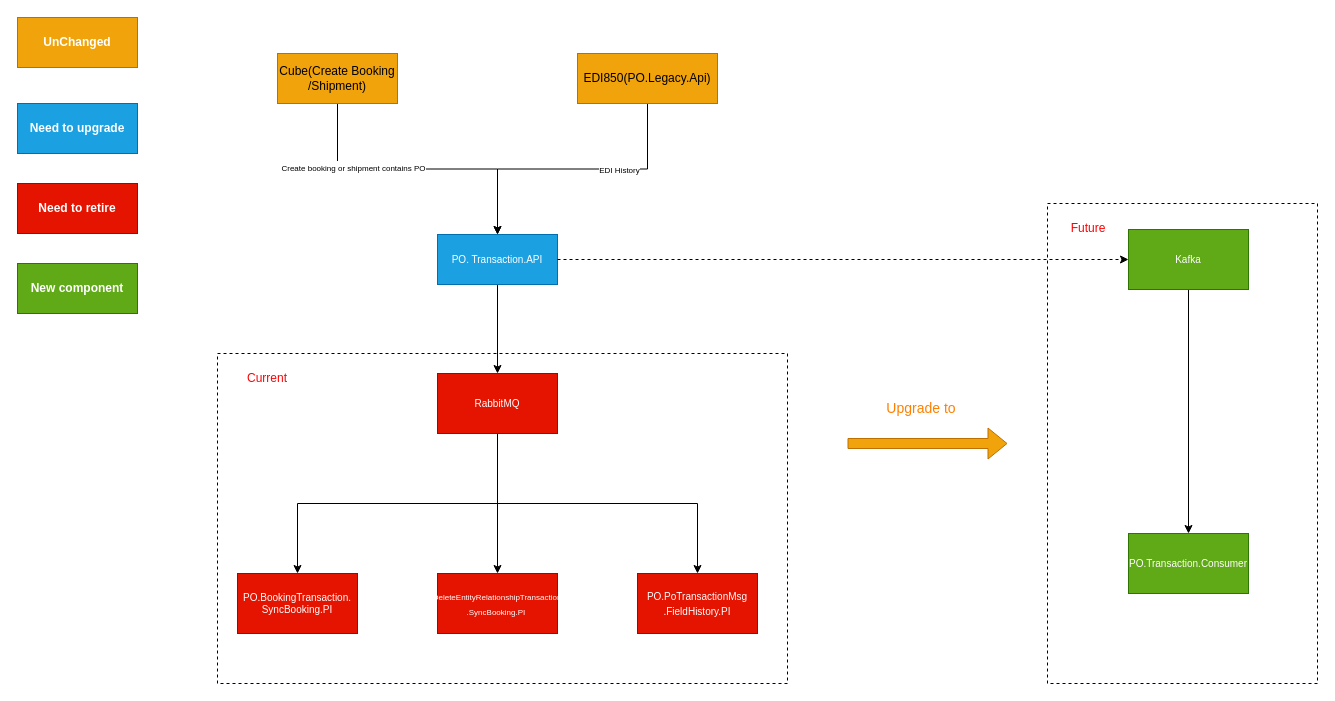
The draw.io diagram page "RabbitMq" (5 of 5) of PO Architecure.drawio in TommyVV/chr-diagrams, before the edit. Source tidied: cells renumbered, new cells numbered last; positions are measured from the earlier drawing's top-left corner, leaving out a move shared by most shapes. Both pictures are drawn from the tidied source at 100%, with x=0, y=0 at pixel (17, 17).
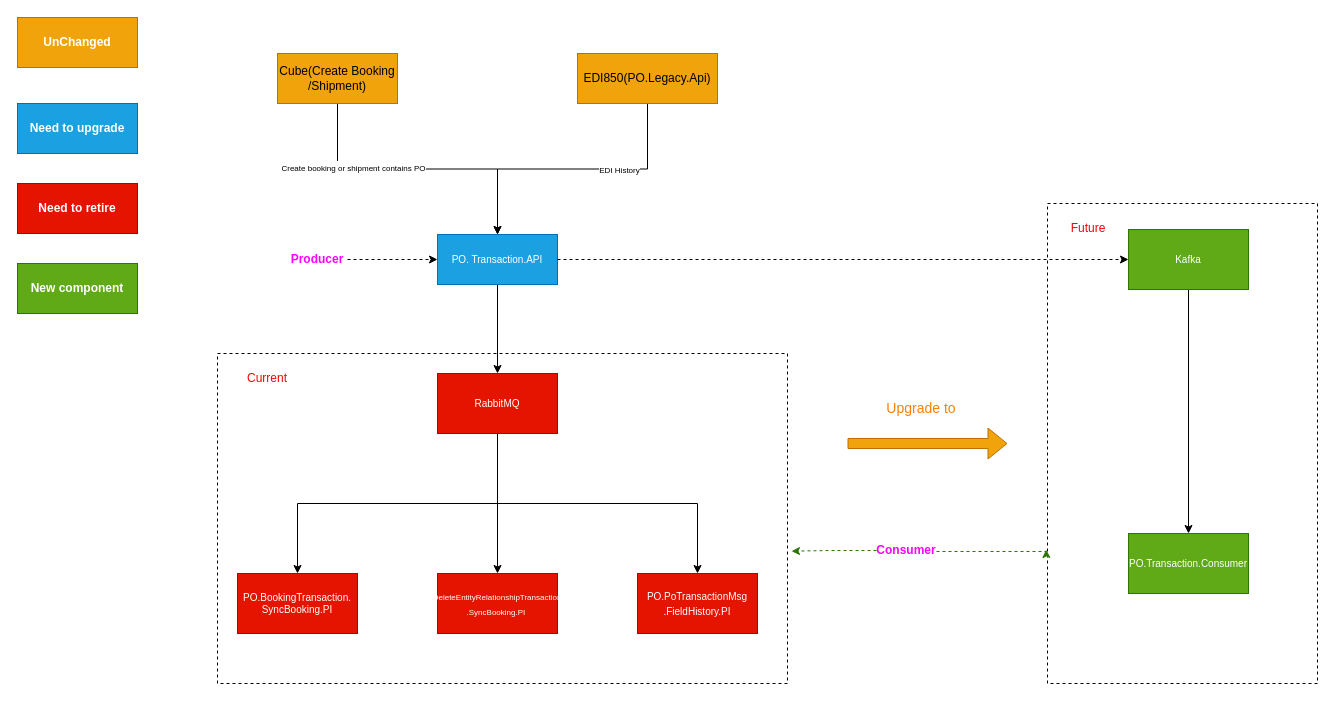
After the change.

Unchanged cells that the change refers to:
```xml
<mxCell id="2" style="rounded=0;whiteSpace=wrap;html=1;dashed=1;" parent="1" vertex="1">
  <mxGeometry x="200" y="336" width="570" height="330" as="geometry" />
</mxCell>
<mxCell id="7" value="&lt;font style=&quot;font-size: 10px;&quot;&gt;PO. Transaction.API&lt;/font&gt;" style="rounded=0;whiteSpace=wrap;html=1;fillColor=#1ba1e2;fontColor=#ffffff;strokeColor=#006EAF;" parent="1" vertex="1">
  <mxGeometry x="420" y="217" width="120" height="50" as="geometry" />
</mxCell>
<mxCell id="15" style="whiteSpace=wrap;html=1;rounded=0;dashed=1;" parent="1" vertex="1">
  <mxGeometry x="1030" y="186" width="270" height="480" as="geometry" />
</mxCell>
```

The edit, as a diff of the source:
```diff
@@
+    <mxCell id="31" style="edgeStyle=orthogonalEdgeStyle;rounded=0;jettySize=auto;html=1;entryX=0;entryY=0.5;entryDx=0;entryDy=0;dashed=1;" parent="1" edge="1" source="32" target="7">
+      <mxGeometry relative="1" as="geometry" />
+    </mxCell>
+    <mxCell id="32" value="&lt;font color=&quot;#ff00ff&quot;&gt;&lt;b&gt;Producer&lt;/b&gt;&lt;/font&gt;" style="text;html=1;align=center;verticalAlign=middle;whiteSpace=wrap;rounded=0;" parent="1" vertex="1">
+      <mxGeometry x="270" y="227" width="60" height="30" as="geometry" />
+    </mxCell>
+    <mxCell id="33" value="&lt;font color=&quot;#ff00ff&quot;&gt;&lt;b&gt;Consumer&lt;/b&gt;&lt;/font&gt;" style="text;html=1;align=center;verticalAlign=middle;whiteSpace=wrap;rounded=0;" parent="1" vertex="1">
+      <mxGeometry x="859" y="518" width="60" height="30" as="geometry" />
+    </mxCell>
+    <mxCell id="34" style="edgeStyle=orthogonalEdgeStyle;rounded=0;jettySize=auto;html=1;entryX=1.007;entryY=0.599;entryDx=0;entryDy=0;entryPerimeter=0;dashed=1;fontStyle=1;fillColor=#60a917;strokeColor=#2D7600;" parent="1" edge="1" source="33" target="2">
+      <mxGeometry relative="1" as="geometry" />
+    </mxCell>
+    <mxCell id="35" style="edgeStyle=orthogonalEdgeStyle;rounded=0;jettySize=auto;html=1;entryX=-0.005;entryY=0.721;entryDx=0;entryDy=0;entryPerimeter=0;dashed=1;fillColor=#60a917;strokeColor=#2D7600;" parent="1" edge="1" source="33" target="15">
+      <mxGeometry relative="1" as="geometry">
+        <Array as="points">
+          <mxPoint x="1029" y="534" />
+        </Array>
+      </mxGeometry>
+    </mxCell>
```
